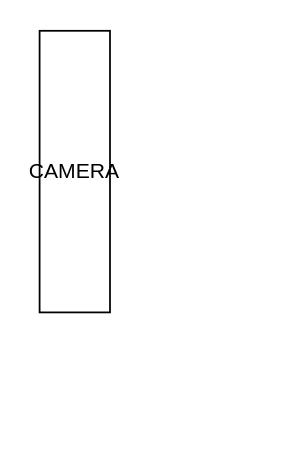
Before: 未命名绘图.drawio in ChrisVicky/drawio, a draw.io diagram. Source tidied: cells renumbered, new cells numbered last; positions are measured from the earlier drawing's top-left corner, leaving out a move shared by most shapes. Both pictures are drawn from the tidied source at 176%, with x=0, y=0 at pixel (39, 30).
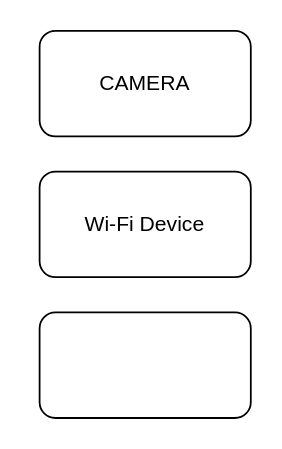
Above is the later version.

Commit message (it also covers changes not shown here):
更新未命名绘图.drawio

Change to the diagram source:
```diff
@@
 <mxGraphModel>
   <root>
     <mxCell id="0" />
     <mxCell id="1" parent="0" />
-    <mxCell id="2" value="CAMERA" style="rounded=0;whiteSpace=wrap;html=1;" parent="1" vertex="1">
-      <mxGeometry width="40" height="160" as="geometry" />
+    <mxCell id="2" value="CAMERA" style="rounded=1;whiteSpace=wrap;html=1;" parent="1" vertex="1">
+      <mxGeometry width="120" height="60" as="geometry" />
     </mxCell>
+    <mxCell id="3" value="Wi-Fi Device" style="rounded=1;whiteSpace=wrap;html=1;" parent="1" vertex="1">
+      <mxGeometry y="80" width="120" height="60" as="geometry" />
+    </mxCell>
+    <mxCell id="4" style="rounded=1;whiteSpace=wrap;html=1;" parent="1" vertex="1">
+      <mxGeometry y="160" width="120" height="60" as="geometry" />
+    </mxCell>
   </root>
 </mxGraphModel>
```
